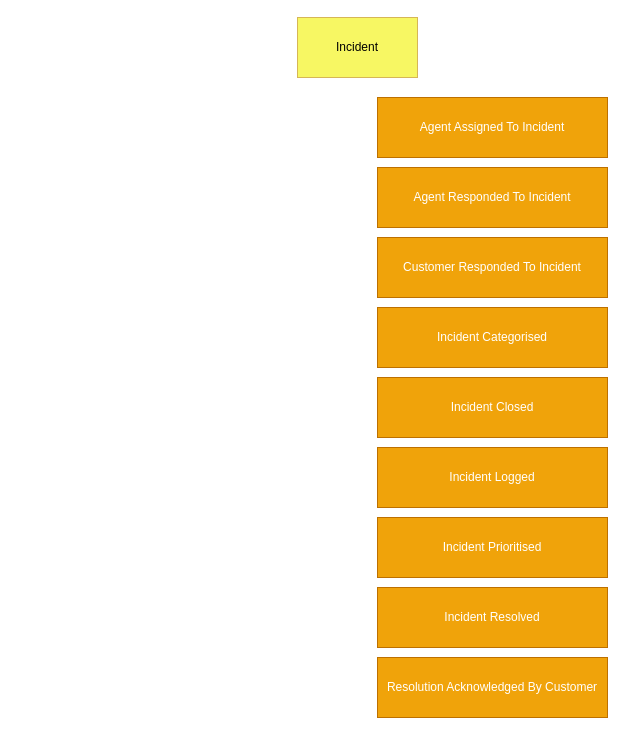
This is page "Helpdesk" (4 of 4) of PocMarten.drawio from todorov-deyan/poc-marten, a draw.io file, before an edit. Source tidied: cells renumbered, new cells numbered last; positions are measured from the earlier drawing's top-left corner, leaving out a move shared by most shapes. Both pictures are drawn from the tidied source at 100%, with x=0, y=0 at pixel (297, 17).
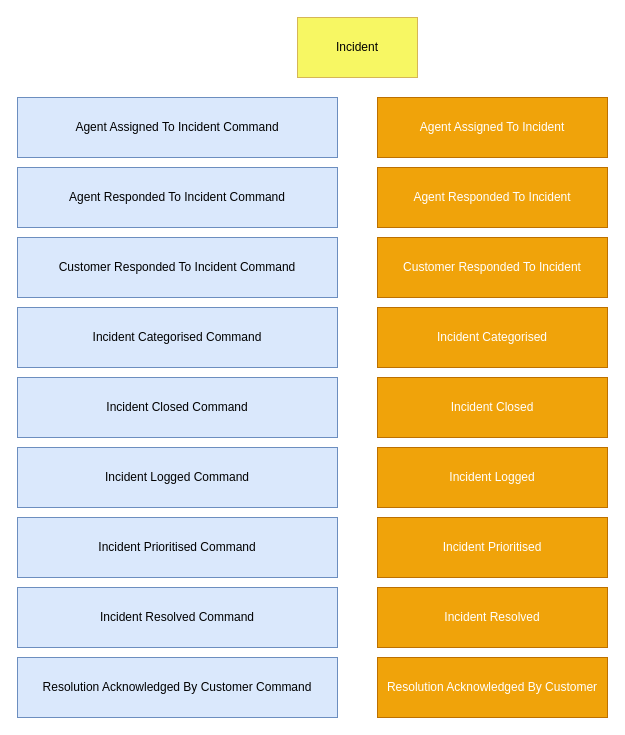
The same page after the edit.

The edit, as a diff of the source:
```diff
@@
+    <mxCell id="12" value="Agent Assigned To Incident Command" style="rounded=0;whiteSpace=wrap;html=1;fillColor=#dae8fc;strokeColor=#6c8ebf;" parent="1" vertex="1">
+      <mxGeometry x="-280" y="80" width="320" height="60" as="geometry" />
+    </mxCell>
+    <mxCell id="13" value="Agent Responded To Incident Command" style="rounded=0;whiteSpace=wrap;html=1;fillColor=#dae8fc;strokeColor=#6c8ebf;" parent="1" vertex="1">
+      <mxGeometry x="-280" y="150" width="320" height="60" as="geometry" />
+    </mxCell>
+    <mxCell id="14" value="Customer Responded To Incident Command" style="rounded=0;whiteSpace=wrap;html=1;fillColor=#dae8fc;strokeColor=#6c8ebf;" parent="1" vertex="1">
+      <mxGeometry x="-280" y="220" width="320" height="60" as="geometry" />
+    </mxCell>
+    <mxCell id="15" value="Incident Categorised Command" style="rounded=0;whiteSpace=wrap;html=1;fillColor=#dae8fc;strokeColor=#6c8ebf;" parent="1" vertex="1">
+      <mxGeometry x="-280" y="290" width="320" height="60" as="geometry" />
+    </mxCell>
+    <mxCell id="16" value="Incident Closed Command" style="rounded=0;whiteSpace=wrap;html=1;fillColor=#dae8fc;strokeColor=#6c8ebf;" parent="1" vertex="1">
+      <mxGeometry x="-280" y="360" width="320" height="60" as="geometry" />
+    </mxCell>
+    <mxCell id="17" value="Incident Logged Command" style="rounded=0;whiteSpace=wrap;html=1;fillColor=#dae8fc;strokeColor=#6c8ebf;" parent="1" vertex="1">
+      <mxGeometry x="-280" y="430" width="320" height="60" as="geometry" />
+    </mxCell>
+    <mxCell id="18" value="Incident Prioritised Command" style="rounded=0;whiteSpace=wrap;html=1;fillColor=#dae8fc;strokeColor=#6c8ebf;" parent="1" vertex="1">
+      <mxGeometry x="-280" y="500" width="320" height="60" as="geometry" />
+    </mxCell>
+    <mxCell id="19" value="Incident Resolved Command" style="rounded=0;whiteSpace=wrap;html=1;fillColor=#dae8fc;strokeColor=#6c8ebf;" parent="1" vertex="1">
+      <mxGeometry x="-280" y="570" width="320" height="60" as="geometry" />
+    </mxCell>
+    <mxCell id="20" value="Resolution Acknowledged By Customer Command" style="rounded=0;whiteSpace=wrap;html=1;fillColor=#dae8fc;strokeColor=#6c8ebf;" parent="1" vertex="1">
+      <mxGeometry x="-280" y="640" width="320" height="60" as="geometry" />
+    </mxCell>
```
